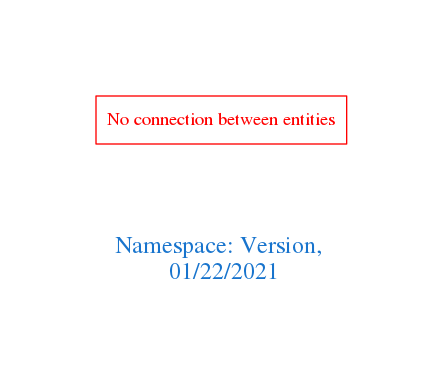
arago/OGIT keeps this Graphviz diagram as downloads/Version.png. Above is the earlier version. Its source is kept beside it as downloads/Version.dot.
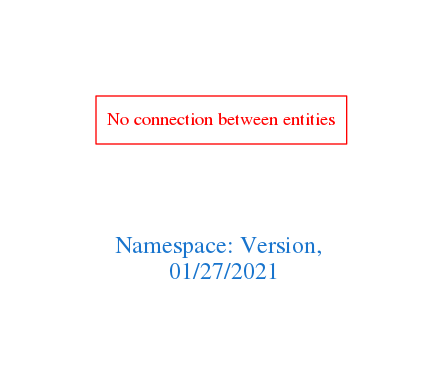
The same diagram one commit later.

What changed in the source:
```diff
@@ -1,7 +1,7 @@
 digraph OGIT_ontology {
  graph [ rankdir= LR,pad=1
 fontsize = 18,
-fontcolor= dodgerblue3,label = "\n\n\nNamespace: Version, \n 01/22/2021"];
+fontcolor= dodgerblue3,label = "\n\n\nNamespace: Version, \n 01/27/2021"];
 node[shape=polygon];
 edge [  color="gray81"];
 
```
